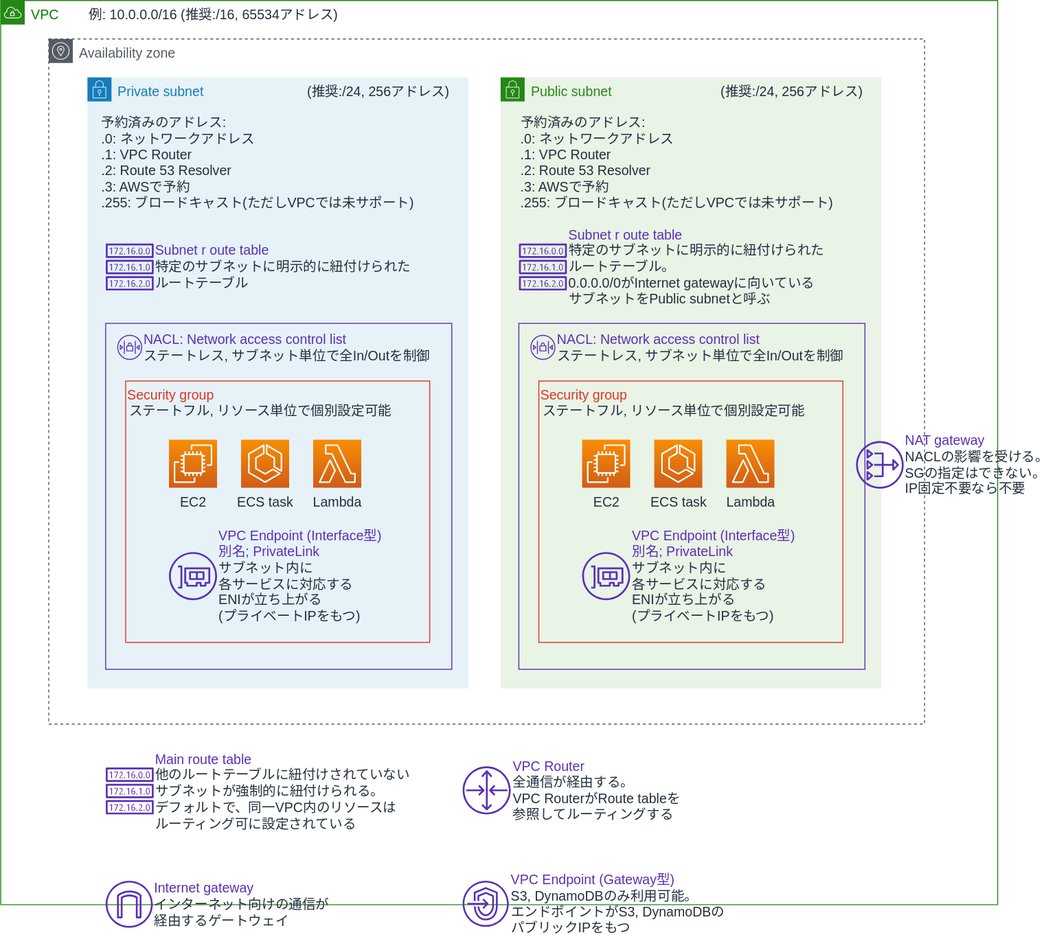
Before: network.drawio.svg, a diagram exported from draw.io (Donngi/aws-network-components-diagram). Source tidied: cells renumbered, new cells last; positions are measured from the earlier drawing's top-left corner, leaving out a move shared by most shapes.
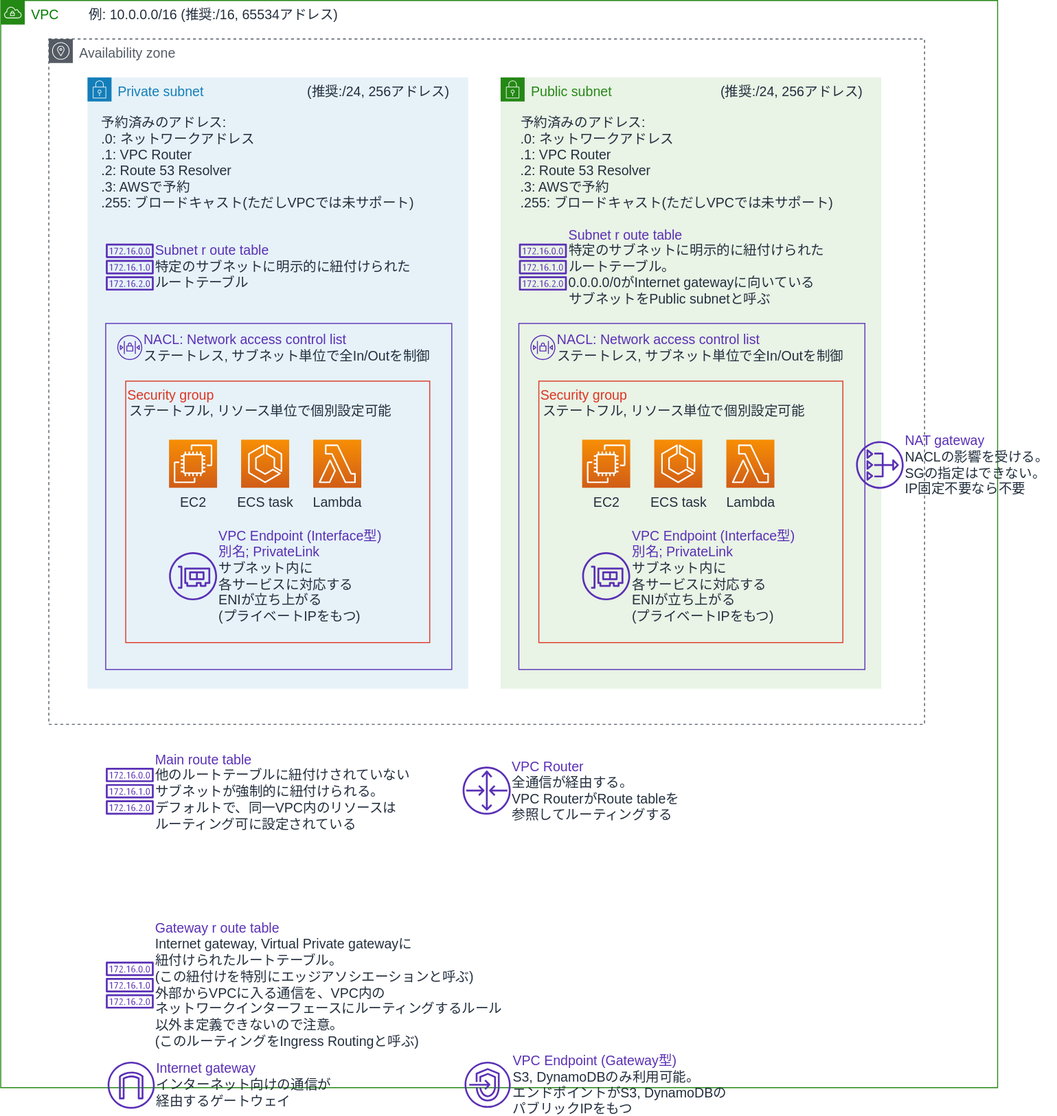
After the change.

Commit message:
Add gateway route table

What changed in the source:
```diff
@@ -3,7 +3,7 @@
     <mxCell id="0" />
     <mxCell id="1" parent="0" />
     <mxCell id="2" value="VPC&amp;nbsp;" style="gradientColor=none;html=1;whiteSpace=wrap;fontSize=14;fontStyle=0;shape=mxgraph.aws4.group;grIcon=mxgraph.aws4.group_vpc;strokeColor=#248814;fillColor=none;verticalAlign=top;align=left;spacingLeft=30;dashed=0;fontColor=#007D00;" parent="1" vertex="1">
-      <mxGeometry width="1037" height="941" as="geometry" />
+      <mxGeometry width="1037" height="1131" as="geometry" />
     </mxCell>
     <mxCell id="3" value="Availability zone" style="gradientColor=none;html=1;whiteSpace=wrap;fontSize=14;fontStyle=0;shape=mxgraph.aws4.group;grIcon=mxgraph.aws4.group_availability_zone;strokeColor=#545B64;fillColor=none;verticalAlign=top;align=left;spacingLeft=30;fontColor=#545B64;dashed=1;" parent="1" vertex="1">
       <mxGeometry x="50" y="40" width="911" height="713" as="geometry" />
@@ -15,7 +15,7 @@
       <mxGeometry x="520" y="80" width="396" height="636" as="geometry" />
     </mxCell>
     <mxCell id="6" value="&amp;nbsp; Internet gateway&lt;br&gt;&amp;nbsp; &lt;font color=&quot;#232f3e&quot;&gt;インターネット向けの通信が&lt;br&gt;&amp;nbsp; 経由するゲートウェイ&lt;/font&gt;" style="gradientColor=none;fillColor=#5A30B5;strokeColor=none;dashed=0;verticalLabelPosition=middle;verticalAlign=middle;align=left;html=1;fontSize=14;fontStyle=0;shape=mxgraph.aws4.internet_gateway;labelPosition=right;fontColor=#5A30B5;" parent="1" vertex="1">
-      <mxGeometry x="109.2" y="916" width="49" height="49" as="geometry" />
+      <mxGeometry x="111.2" y="1104" width="49" height="49" as="geometry" />
     </mxCell>
     <mxCell id="7" value="&lt;font color=&quot;#5a30b5&quot; style=&quot;font-size: 14px&quot;&gt;&amp;nbsp; Subnet r&lt;span style=&quot;font-size: 14px&quot;&gt;oute table&lt;/span&gt;&lt;/font&gt;&amp;nbsp;&lt;br style=&quot;font-size: 14px&quot;&gt;&amp;nbsp; 特定のサブネットに明示的に紐付けられた&lt;br&gt;&amp;nbsp; ルートテーブル" style="fontColor=#232F3E;gradientColor=none;fillColor=#5A30B5;strokeColor=none;dashed=0;verticalLabelPosition=middle;verticalAlign=middle;align=left;html=1;fontSize=14;fontStyle=0;shape=mxgraph.aws4.route_table;labelPosition=right;" parent="1" vertex="1">
       <mxGeometry x="109.2" y="253" width="50" height="48.8" as="geometry" />
@@ -66,7 +66,7 @@
       <mxGeometry x="551" y="348" width="26" height="26" as="geometry" />
     </mxCell>
     <mxCell id="23" value="&lt;font color=&quot;#5a30b5&quot; style=&quot;font-size: 14px;&quot;&gt;&amp;nbsp; VPC Endpoint (Gateway型)&lt;/font&gt;&lt;br style=&quot;font-size: 14px;&quot;&gt;&amp;nbsp; S3, DynamoDBのみ利用可能。&amp;nbsp;&lt;br style=&quot;font-size: 14px;&quot;&gt;&amp;nbsp; エンドポイントがS3, DynamoDBの&lt;br style=&quot;font-size: 14px;&quot;&gt;&amp;nbsp; パブリックIPをもつ" style="fontColor=#232F3E;gradientColor=none;fillColor=#5A30B5;strokeColor=none;dashed=0;verticalLabelPosition=middle;verticalAlign=middle;align=left;html=1;fontSize=14;fontStyle=0;shape=mxgraph.aws4.endpoints;labelBackgroundColor=none;labelPosition=right;" parent="1" vertex="1">
-      <mxGeometry x="480.5" y="916" width="48" height="48" as="geometry" />
+      <mxGeometry x="482.5" y="1104" width="48" height="48" as="geometry" />
     </mxCell>
     <mxCell id="24" value="&lt;font color=&quot;#5a30b5&quot; style=&quot;font-size: 14px&quot;&gt;&amp;nbsp; VPC Endpoint (Interface型)&lt;br style=&quot;font-size: 14px&quot;&gt;&amp;nbsp; 別名; PrivateLink&lt;/font&gt;&lt;br style=&quot;font-size: 14px&quot;&gt;&amp;nbsp; サブネット内に&lt;br&gt;&amp;nbsp; 各サービスに対応する&lt;br style=&quot;font-size: 14px&quot;&gt;&amp;nbsp; ENIが立ち上がる&lt;br style=&quot;font-size: 14px&quot;&gt;&amp;nbsp; (プライベートIPをもつ)" style="fontColor=#232F3E;gradientColor=none;fillColor=#5A30B5;strokeColor=none;dashed=0;verticalLabelPosition=middle;verticalAlign=middle;align=left;html=1;fontSize=14;fontStyle=0;shape=mxgraph.aws4.elastic_network_interface;labelBackgroundColor=none;labelPosition=right;" parent="1" vertex="1">
       <mxGeometry x="604.8" y="574" width="50" height="50" as="geometry" />
@@ -98,5 +98,8 @@
     <mxCell id="33" value="&lt;span style=&quot;font-family: helvetica; font-size: 14px;&quot;&gt;ステートフル, リソース単位で個別設定可能&lt;/span&gt;" style="text;whiteSpace=wrap;html=1;fontColor=#232F3E;labelBackgroundColor=none;align=left;fontSize=14;" parent="1" vertex="1">
       <mxGeometry x="562" y="412" width="285" height="30" as="geometry" />
     </mxCell>
+    <mxCell id="34" value="&lt;font color=&quot;#5a30b5&quot; style=&quot;font-size: 14px&quot;&gt;&amp;nbsp; Gateway r&lt;span style=&quot;font-size: 14px&quot;&gt;oute table&lt;/span&gt;&lt;/font&gt;&amp;nbsp;&lt;br style=&quot;font-size: 14px&quot;&gt;&amp;nbsp; Internet gateway, Virtual Private gatewayに&lt;br&gt;&amp;nbsp; 紐付けられたルートテーブル。&lt;br&gt;&amp;nbsp; (この紐付けを特別にエッジアソシエーションと呼ぶ)&lt;br&gt;&amp;nbsp; 外部からVPCに入る通信を、VPC内の&lt;br&gt;&amp;nbsp; ネットワークインターフェースにルーティングするルール&lt;br&gt;&amp;nbsp; 以外ま定義できないので注意。&lt;br&gt;&amp;nbsp; (このルーティングをIngress Routingと呼ぶ)" style="fontColor=#232F3E;gradientColor=none;fillColor=#5A30B5;strokeColor=none;dashed=0;verticalLabelPosition=middle;verticalAlign=middle;align=left;html=1;fontSize=14;fontStyle=0;shape=mxgraph.aws4.route_table;labelPosition=right;" parent="1" vertex="1">
+      <mxGeometry x="109.2" y="1000" width="50" height="48.8" as="geometry" />
+    </mxCell>
   </root>
 </mxGraphModel>
```
